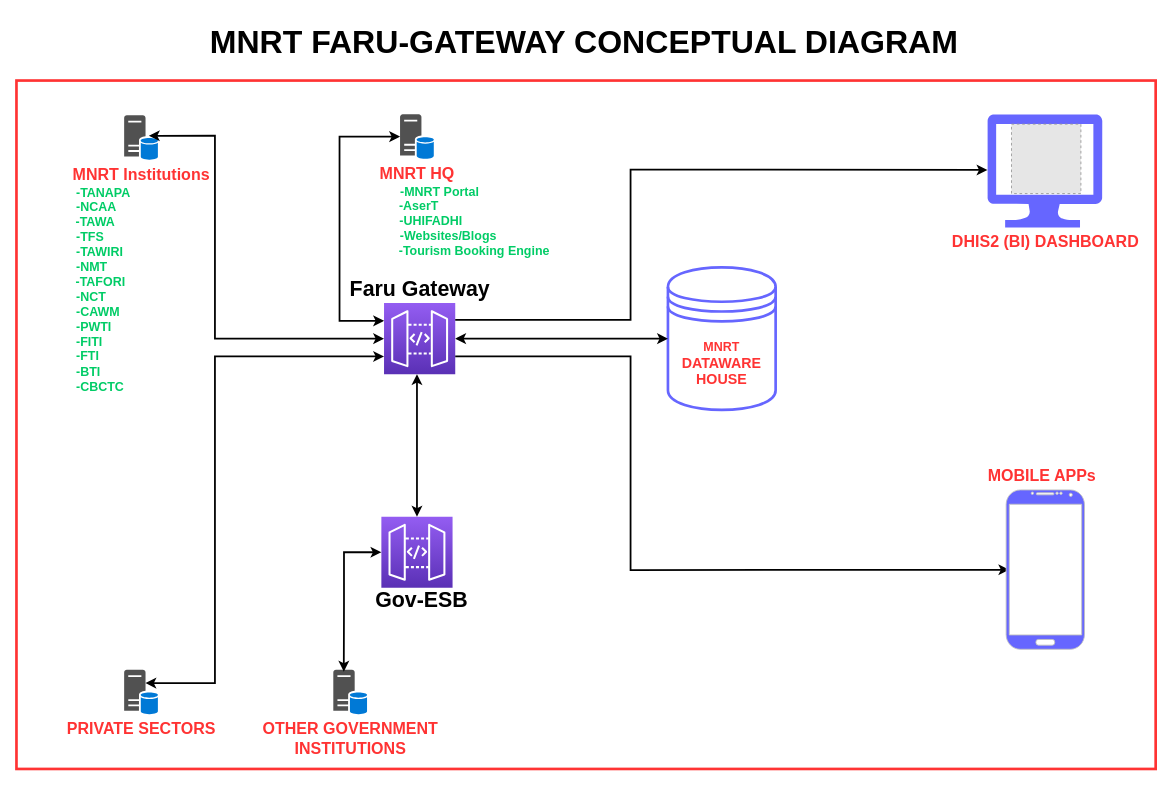
Before: faru-gateway-sketch-template.drawio in MbalamulaS/tech-diagrams, a draw.io diagram. Source tidied: cells renumbered, new cells numbered last; positions are measured from the earlier drawing's top-left corner, leaving out a move shared by most shapes. Both pictures are drawn from the tidied source at 89%, with x=0, y=0 at pixel (16, 15). Pictures stored in the file or linked from it are replaced by grey dashed boxes.
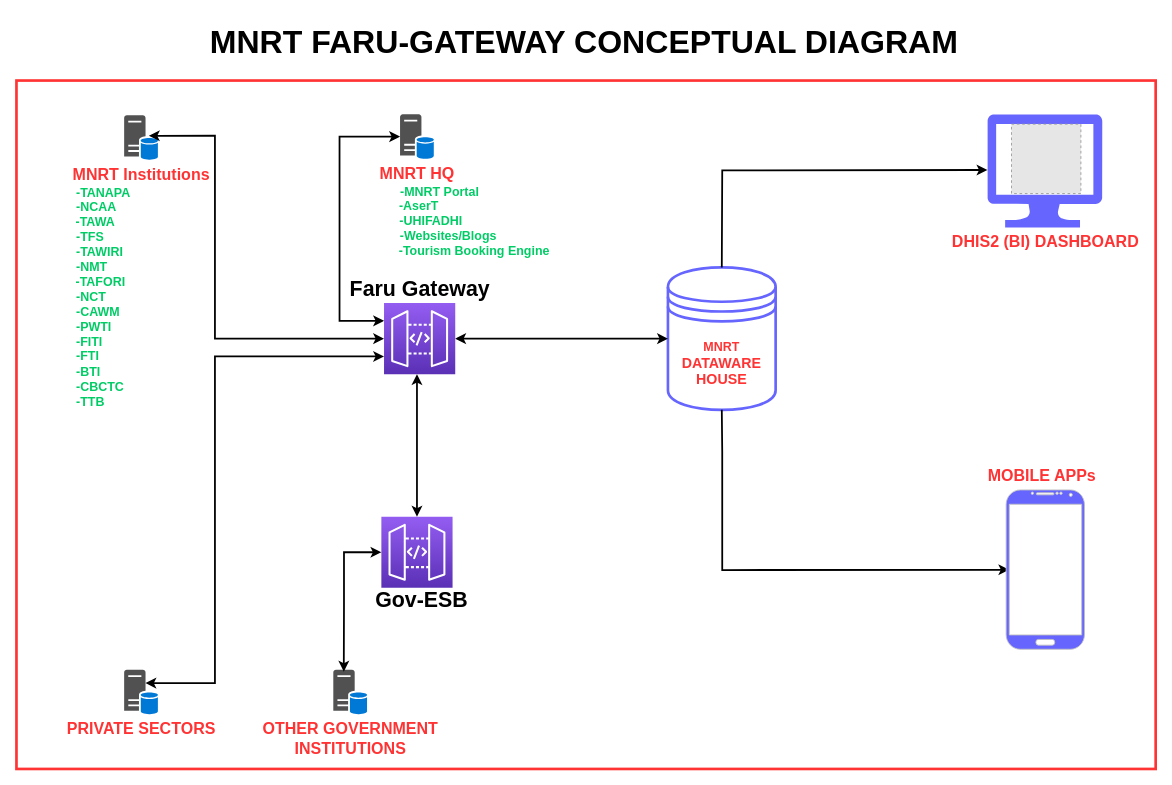
After the change.

Commit message:
ttb added and diagram modified

The change refers to these unchanged cells:
```xml
<mxCell id="6" value="&lt;div&gt;&lt;font style=&quot;font-size: 14px;&quot;&gt;&lt;b&gt;&lt;font color=&quot;#ff3333&quot;&gt;MNRT&lt;/font&gt;&lt;/b&gt;&lt;/font&gt;&lt;/div&gt;&lt;div&gt;&lt;font size=&quot;3&quot; color=&quot;#ff3333&quot;&gt;&lt;b&gt;DATAWARE HOUSE&lt;/b&gt;&lt;br&gt;&lt;/font&gt;&lt;/div&gt;" style="shape=datastore;whiteSpace=wrap;html=1;strokeWidth=3;strokeColor=#6666FF;" parent="1" vertex="1">
  <mxGeometry x="732" y="283" width="121" height="160" as="geometry" />
</mxCell>
<mxCell id="23" style="verticalLabelPosition=bottom;verticalAlign=top;html=1;shadow=0;dashed=0;strokeWidth=1;shape=mxgraph.android.phone2;strokeColor=#c0c0c0;fontFamily=Helvetica;fontSize=11;fontColor=default;labelBackgroundColor=default;fillColor=#6666FF;" parent="1" vertex="1">
  <mxGeometry x="1112" y="533" width="88" height="179" as="geometry" />
</mxCell>
```

What changed in the source:
```diff
@@
-    <mxCell id="7" value="&lt;div&gt;&lt;b&gt;&lt;font style=&quot;font-size: 18px;&quot; color=&quot;#ff3333&quot;&gt;MNRT Institutions&lt;br&gt;&lt;/font&gt;&lt;/b&gt;&lt;/div&gt;&lt;div align=&quot;left&quot;&gt;&lt;b&gt;&lt;font style=&quot;font-size: 14px;&quot; color=&quot;#00cc66&quot;&gt;&amp;nbsp;-TANAPA&lt;br&gt;&lt;/font&gt;&lt;/b&gt;&lt;/div&gt;&lt;div&gt;&lt;div align=&quot;left&quot;&gt;&lt;b&gt;&lt;font style=&quot;font-size: 14px;&quot; color=&quot;#00cc66&quot;&gt;&amp;nbsp;-NCAA&lt;/font&gt;&lt;font style=&quot;font-size: 14px;&quot; color=&quot;#00cc66&quot;&gt;&lt;br&gt;&lt;/font&gt;&lt;/b&gt;&lt;/div&gt;&lt;div align=&quot;left&quot;&gt;&lt;b&gt;&lt;font color=&quot;#00cc66&quot;&gt;&amp;nbsp;&lt;/font&gt;&lt;font style=&quot;font-size: 14px;&quot; color=&quot;#00cc66&quot;&gt;-TAWA&lt;/font&gt;&lt;/b&gt;&lt;/div&gt;&lt;div align=&quot;left&quot;&gt;&lt;b&gt;&lt;font style=&quot;font-size: 14px;&quot; color=&quot;#00cc66&quot;&gt;&amp;nbsp;-TFS&lt;br&gt;&lt;/font&gt;&lt;/b&gt;&lt;/div&gt;&lt;div align=&quot;left&quot;&gt;&lt;b&gt;&lt;font style=&quot;font-size: 14px;&quot; color=&quot;#00cc66&quot;&gt;&amp;nbsp;-TAWIRI&lt;br&gt;&lt;/font&gt;&lt;/b&gt;&lt;div&gt;&lt;div align=&quot;left&quot;&gt;&lt;b&gt;&lt;font style=&quot;font-size: 14px;&quot; color=&quot;#00cc66&quot;&gt;&amp;nbsp;-NMT&lt;/font&gt;&lt;font style=&quot;font-size: 14px;&quot; color=&quot;#00cc66&quot;&gt;&lt;br&gt;&lt;/font&gt;&lt;/b&gt;&lt;/div&gt;&lt;div align=&quot;left&quot;&gt;&lt;b&gt;&lt;font color=&quot;#00cc66&quot;&gt;&amp;nbsp;&lt;/font&gt;&lt;font style=&quot;font-size: 14px;&quot; color=&quot;#00cc66&quot;&gt;-TAFORI&lt;/font&gt;&lt;/b&gt;&lt;/div&gt;&lt;div align=&quot;left&quot;&gt;&lt;b&gt;&lt;font style=&quot;font-size: 14px;&quot; color=&quot;#00cc66&quot;&gt;&amp;nbsp;-NCT&lt;/font&gt;&lt;/b&gt;&lt;/div&gt;&lt;div align=&quot;left&quot;&gt;&lt;b&gt;&lt;font style=&quot;font-size: 14px;&quot; color=&quot;#00cc66&quot;&gt;&amp;nbsp;-CAWM&lt;/font&gt;&lt;/b&gt;&lt;/div&gt;&lt;div align=&quot;left&quot;&gt;&lt;b&gt;&lt;font style=&quot;font-size: 14px;&quot; color=&quot;#00cc66&quot;&gt;&amp;nbsp;-PWTI&lt;/font&gt;&lt;/b&gt;&lt;/div&gt;&lt;div align=&quot;left&quot;&gt;&lt;b&gt;&lt;font style=&quot;font-size: 14px;&quot; color=&quot;#00cc66&quot;&gt;&amp;nbsp;-FITI&lt;/font&gt;&lt;/b&gt;&lt;/div&gt;&lt;div align=&quot;left&quot;&gt;&lt;b&gt;&lt;font style=&quot;font-size: 14px;&quot; color=&quot;#00cc66&quot;&gt;&amp;nbsp;-FTI&lt;/font&gt;&lt;/b&gt;&lt;/div&gt;&lt;div align=&quot;left&quot;&gt;&lt;b&gt;&lt;font style=&quot;font-size: 14px;&quot; color=&quot;#00cc66&quot;&gt;&amp;nbsp;-BTI&lt;/font&gt;&lt;/b&gt;&lt;/div&gt;&lt;div align=&quot;left&quot;&gt;&lt;b&gt;&lt;font style=&quot;font-size: 14px;&quot; color=&quot;#00cc66&quot;&gt;&amp;nbsp;-CBCTC&lt;/font&gt;&lt;/b&gt;&lt;/div&gt;&lt;/div&gt;&lt;/div&gt;&lt;font style=&quot;font-size: 14px;&quot; color=&quot;#00cc66&quot;&gt;&lt;b&gt;&lt;/b&gt;&lt;/font&gt;&lt;/div&gt;" style="sketch=0;shadow=0;dashed=0;html=1;strokeColor=none;labelPosition=center;verticalLabelPosition=bottom;verticalAlign=top;align=center;fillColor=#515151;shape=mxgraph.mscae.system_center.primary_site;" parent="1" vertex="1">
+    <mxCell id="7" value="&lt;div&gt;&lt;b&gt;&lt;font style=&quot;font-size: 18px;&quot; color=&quot;#ff3333&quot;&gt;MNRT Institutions&lt;br&gt;&lt;/font&gt;&lt;/b&gt;&lt;/div&gt;&lt;div align=&quot;left&quot;&gt;&lt;b&gt;&lt;font style=&quot;font-size: 14px;&quot; color=&quot;#00cc66&quot;&gt;&amp;nbsp;-TANAPA&lt;br&gt;&lt;/font&gt;&lt;/b&gt;&lt;/div&gt;&lt;div&gt;&lt;div align=&quot;left&quot;&gt;&lt;b&gt;&lt;font style=&quot;font-size: 14px;&quot; color=&quot;#00cc66&quot;&gt;&amp;nbsp;-NCAA&lt;/font&gt;&lt;font style=&quot;font-size: 14px;&quot; color=&quot;#00cc66&quot;&gt;&lt;br&gt;&lt;/font&gt;&lt;/b&gt;&lt;/div&gt;&lt;div align=&quot;left&quot;&gt;&lt;b&gt;&lt;font color=&quot;#00cc66&quot;&gt;&amp;nbsp;&lt;/font&gt;&lt;font style=&quot;font-size: 14px;&quot; color=&quot;#00cc66&quot;&gt;-TAWA&lt;/font&gt;&lt;/b&gt;&lt;/div&gt;&lt;div align=&quot;left&quot;&gt;&lt;b&gt;&lt;font style=&quot;font-size: 14px;&quot; color=&quot;#00cc66&quot;&gt;&amp;nbsp;-TFS&lt;br&gt;&lt;/font&gt;&lt;/b&gt;&lt;/div&gt;&lt;div align=&quot;left&quot;&gt;&lt;b&gt;&lt;font style=&quot;font-size: 14px;&quot; color=&quot;#00cc66&quot;&gt;&amp;nbsp;-TAWIRI&lt;br&gt;&lt;/font&gt;&lt;/b&gt;&lt;div&gt;&lt;div align=&quot;left&quot;&gt;&lt;b&gt;&lt;font style=&quot;font-size: 14px;&quot; color=&quot;#00cc66&quot;&gt;&amp;nbsp;-NMT&lt;/font&gt;&lt;font style=&quot;font-size: 14px;&quot; color=&quot;#00cc66&quot;&gt;&lt;br&gt;&lt;/font&gt;&lt;/b&gt;&lt;/div&gt;&lt;div align=&quot;left&quot;&gt;&lt;b&gt;&lt;font color=&quot;#00cc66&quot;&gt;&amp;nbsp;&lt;/font&gt;&lt;font style=&quot;font-size: 14px;&quot; color=&quot;#00cc66&quot;&gt;-TAFORI&lt;/font&gt;&lt;/b&gt;&lt;/div&gt;&lt;div align=&quot;left&quot;&gt;&lt;b&gt;&lt;font style=&quot;font-size: 14px;&quot; color=&quot;#00cc66&quot;&gt;&amp;nbsp;-NCT&lt;/font&gt;&lt;/b&gt;&lt;/div&gt;&lt;div align=&quot;left&quot;&gt;&lt;b&gt;&lt;font style=&quot;font-size: 14px;&quot; color=&quot;#00cc66&quot;&gt;&amp;nbsp;-CAWM&lt;/font&gt;&lt;/b&gt;&lt;/div&gt;&lt;div align=&quot;left&quot;&gt;&lt;b&gt;&lt;font style=&quot;font-size: 14px;&quot; color=&quot;#00cc66&quot;&gt;&amp;nbsp;-PWTI&lt;/font&gt;&lt;/b&gt;&lt;/div&gt;&lt;div align=&quot;left&quot;&gt;&lt;b&gt;&lt;font style=&quot;font-size: 14px;&quot; color=&quot;#00cc66&quot;&gt;&amp;nbsp;-FITI&lt;/font&gt;&lt;/b&gt;&lt;/div&gt;&lt;div align=&quot;left&quot;&gt;&lt;b&gt;&lt;font style=&quot;font-size: 14px;&quot; color=&quot;#00cc66&quot;&gt;&amp;nbsp;-FTI&lt;/font&gt;&lt;/b&gt;&lt;/div&gt;&lt;div align=&quot;left&quot;&gt;&lt;b&gt;&lt;font style=&quot;font-size: 14px;&quot; color=&quot;#00cc66&quot;&gt;&amp;nbsp;-BTI&lt;/font&gt;&lt;/b&gt;&lt;/div&gt;&lt;div align=&quot;left&quot;&gt;&lt;b&gt;&lt;font style=&quot;font-size: 14px;&quot; color=&quot;#00cc66&quot;&gt;&amp;nbsp;-CBCTC&lt;/font&gt;&lt;/b&gt;&lt;/div&gt;&lt;div align=&quot;left&quot;&gt;&lt;b&gt;&lt;font style=&quot;font-size: 14px;&quot; color=&quot;#00cc66&quot;&gt;&amp;nbsp;-TTB&lt;br&gt;&lt;/font&gt;&lt;/b&gt;&lt;/div&gt;&lt;/div&gt;&lt;/div&gt;&lt;font style=&quot;font-size: 14px;&quot; color=&quot;#00cc66&quot;&gt;&lt;b&gt;&lt;/b&gt;&lt;/font&gt;&lt;/div&gt;" style="sketch=0;shadow=0;dashed=0;html=1;strokeColor=none;labelPosition=center;verticalLabelPosition=bottom;verticalAlign=top;align=center;fillColor=#515151;shape=mxgraph.mscae.system_center.primary_site;" parent="1" vertex="1">
       <mxGeometry x="121" y="112" width="38" height="50" as="geometry" />
     </mxCell>
@@
-    <mxCell id="21" style="endArrow=classic;html=1;rounded=0;shadow=0;strokeColor=default;strokeWidth=2;align=center;verticalAlign=middle;fontFamily=Helvetica;fontSize=11;fontColor=default;labelBackgroundColor=default;fillColor=#515151;exitX=1;exitY=0.25;exitDx=0;exitDy=0;exitPerimeter=0;entryX=0;entryY=0.5;entryDx=0;entryDy=0;entryPerimeter=0;" parent="1" edge="1">
+    <mxCell id="21" style="endArrow=classic;html=1;rounded=0;shadow=0;strokeColor=default;strokeWidth=2;align=center;verticalAlign=middle;fontFamily=Helvetica;fontSize=11;fontColor=default;labelBackgroundColor=default;fillColor=#515151;exitX=0.5;exitY=0;exitDx=0;exitDy=0;entryX=0;entryY=0.5;entryDx=0;entryDy=0;entryPerimeter=0;" parent="1" edge="1" source="6">
       <mxGeometry relative="1" as="geometry">
-        <mxPoint x="493" y="342" as="sourcePoint" />
         <mxPoint x="1091" y="173.5" as="targetPoint" />
         <Array as="points">
-          <mxPoint x="690" y="342" />
-          <mxPoint x="690" y="173" />
+          <mxPoint x="793" y="174" />
         </Array>
       </mxGeometry>
     </mxCell>
-    <mxCell id="22" style="endArrow=classic;html=1;rounded=0;shadow=0;strokeColor=default;strokeWidth=2;align=center;verticalAlign=middle;fontFamily=Helvetica;fontSize=11;fontColor=default;labelBackgroundColor=default;fillColor=#515151;exitX=1;exitY=0.75;exitDx=0;exitDy=0;exitPerimeter=0;entryX=0.04;entryY=0.501;entryDx=0;entryDy=0;entryPerimeter=0;" parent="1" edge="1" target="23">
+    <mxCell id="22" style="endArrow=classic;html=1;rounded=0;shadow=0;strokeColor=default;strokeWidth=2;align=center;verticalAlign=middle;fontFamily=Helvetica;fontSize=11;fontColor=default;labelBackgroundColor=default;fillColor=#515151;exitX=0.5;exitY=1;exitDx=0;exitDy=0;entryX=0.04;entryY=0.501;entryDx=0;entryDy=0;entryPerimeter=0;" parent="1" edge="1" source="6" target="23">
       <mxGeometry relative="1" as="geometry">
-        <mxPoint x="493" y="383" as="sourcePoint" />
         <Array as="points">
-          <mxPoint x="690" y="383" />
-          <mxPoint x="690" y="623" />
+          <mxPoint x="793" y="490" />
+          <mxPoint x="793" y="623" />
         </Array>
       </mxGeometry>
     </mxCell>
```
